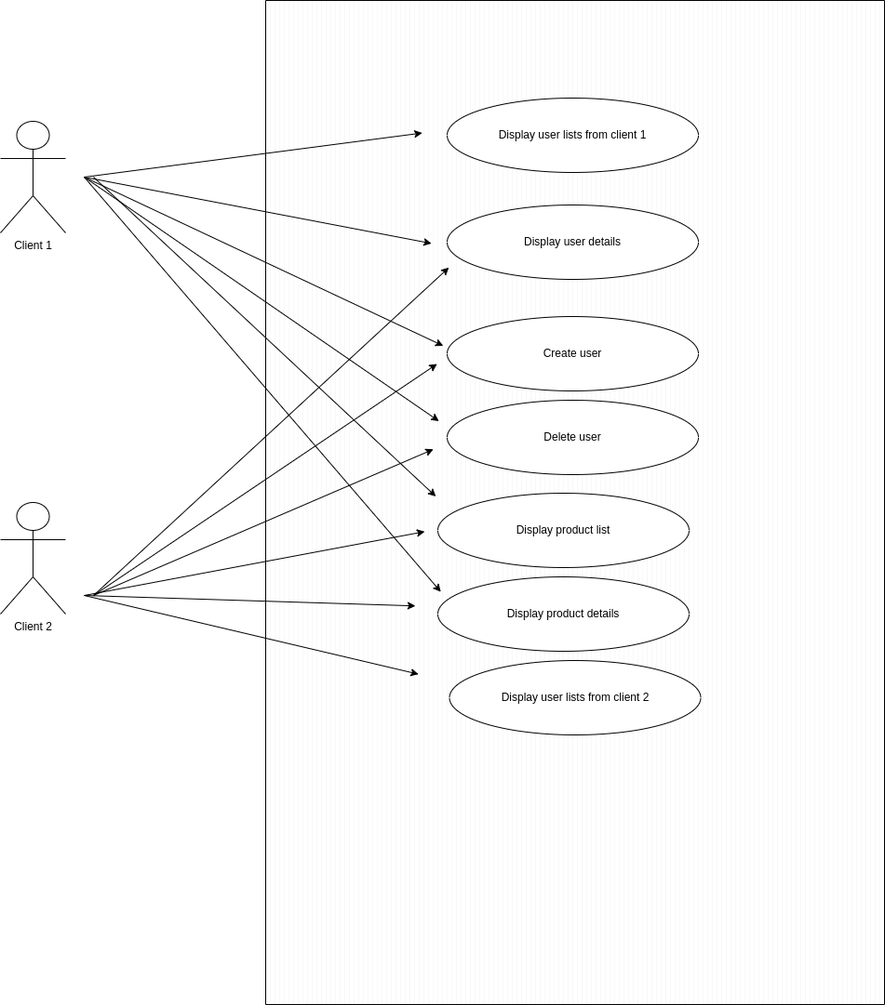
Above: diagramms/Bilemo user case.drawio.png in enzomu/bilemo-api (draw.io), before the change. Source tidied: cells renumbered, new cells last; positions are measured from the earlier drawing's top-left corner, leaving out a move shared by most shapes.
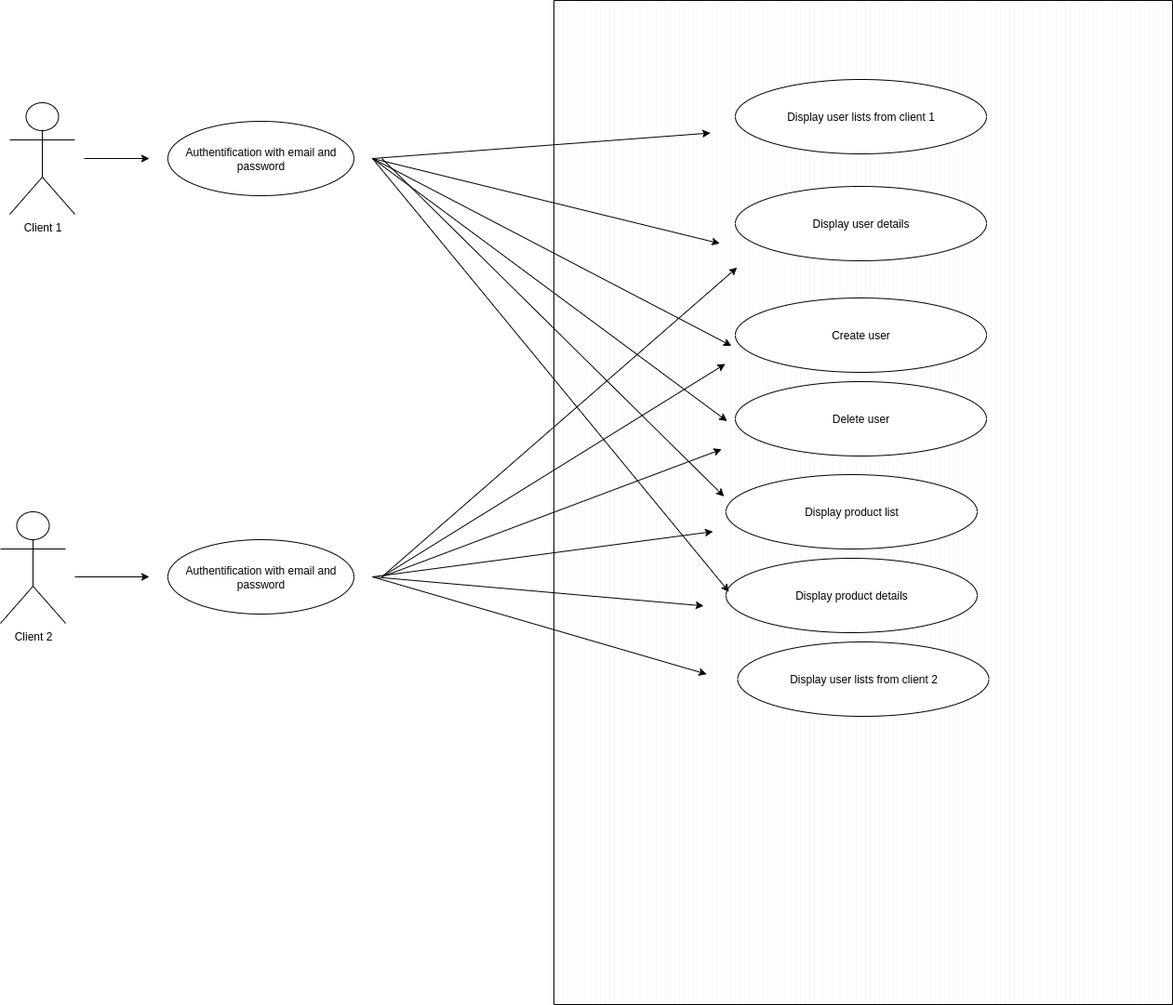
The same diagram one commit later.

Commit message:
fix user case diagramm

Change to the diagram source:
```diff
@@ -3,7 +3,7 @@
     <mxCell id="0" />
     <mxCell id="1" parent="0" />
     <mxCell id="2" style="verticalLabelPosition=bottom;verticalAlign=top;html=1;shape=mxgraph.basic.patternFillRect;fillStyle=vert;step=5;fillStrokeWidth=0.2;fillStrokeColor=#dddddd;" parent="1" vertex="1">
-      <mxGeometry x="285" width="665" height="1080" as="geometry" />
+      <mxGeometry x="285" y="20" width="665" height="1080" as="geometry" />
     </mxCell>
     <mxCell id="3" value="Create user" style="ellipse;whiteSpace=wrap;html=1;" parent="1" vertex="1">
       <mxGeometry x="480" y="340" width="270" height="80" as="geometry" />
@@ -24,7 +24,7 @@
       <mxGeometry x="470" y="530" width="270" height="80" as="geometry" />
     </mxCell>
     <mxCell id="9" value="Client 1" style="shape=umlActor;verticalLabelPosition=bottom;verticalAlign=top;html=1;" parent="1" vertex="1">
-      <mxGeometry y="130" width="70" height="120" as="geometry" />
+      <mxGeometry x="-300" y="130" width="70" height="120" as="geometry" />
     </mxCell>
     <mxCell id="10" style="endArrow=classic;html=1;rounded=0;entryX=0.247;entryY=0.671;entryDx=0;entryDy=0;entryPerimeter=0;" parent="1" edge="1" target="2">
       <mxGeometry relative="1" as="geometry">
@@ -57,7 +57,7 @@
       </mxGeometry>
     </mxCell>
     <mxCell id="16" value="Client 2" style="shape=umlActor;verticalLabelPosition=bottom;verticalAlign=top;html=1;" parent="1" vertex="1">
-      <mxGeometry y="540" width="70" height="120" as="geometry" />
+      <mxGeometry x="-310" y="570" width="70" height="120" as="geometry" />
     </mxCell>
     <mxCell id="17" style="endArrow=classic;html=1;rounded=0;entryX=0.242;entryY=0.603;entryDx=0;entryDy=0;entryPerimeter=0;" parent="1" edge="1" target="2">
       <mxGeometry relative="1" as="geometry">
@@ -92,5 +92,23 @@
         <mxPoint x="100" y="640" as="sourcePoint" />
       </mxGeometry>
     </mxCell>
+    <mxCell id="24" value="Authentification with email and password" style="ellipse;whiteSpace=wrap;html=1;" parent="1" vertex="1">
+      <mxGeometry x="-130" y="150" width="200" height="80" as="geometry" />
+    </mxCell>
+    <mxCell id="25" value="Authentification with email and password" style="ellipse;whiteSpace=wrap;html=1;" parent="1" vertex="1">
+      <mxGeometry x="-130" y="600" width="200" height="80" as="geometry" />
+    </mxCell>
+    <mxCell id="26" style="endArrow=classic;html=1;rounded=0;" parent="1" edge="1">
+      <mxGeometry relative="1" as="geometry">
+        <mxPoint x="-220" y="190" as="sourcePoint" />
+        <mxPoint x="-150" y="190" as="targetPoint" />
+      </mxGeometry>
+    </mxCell>
+    <mxCell id="27" style="endArrow=classic;html=1;rounded=0;" parent="1" edge="1">
+      <mxGeometry relative="1" as="geometry">
+        <mxPoint x="-230" y="640" as="sourcePoint" />
+        <mxPoint x="-150" y="640" as="targetPoint" />
+      </mxGeometry>
+    </mxCell>
   </root>
 </mxGraphModel>
```
